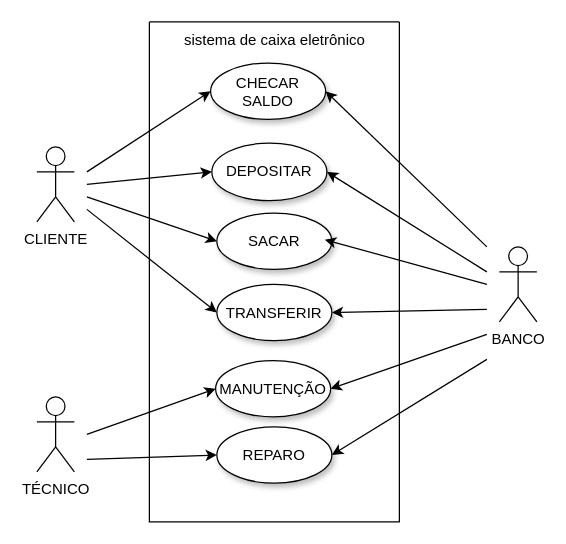
Before: page "02" (2 of 3) of Diagrama sem nome.drawio in alvgabs/diagramasderequisitos, a draw.io diagram. Source tidied: cells renumbered, new cells numbered last; positions are measured from the earlier drawing's top-left corner, leaving out a move shared by most shapes. Both pictures are drawn from the tidied source at 125%, with x=0, y=0 at pixel (36, 21).
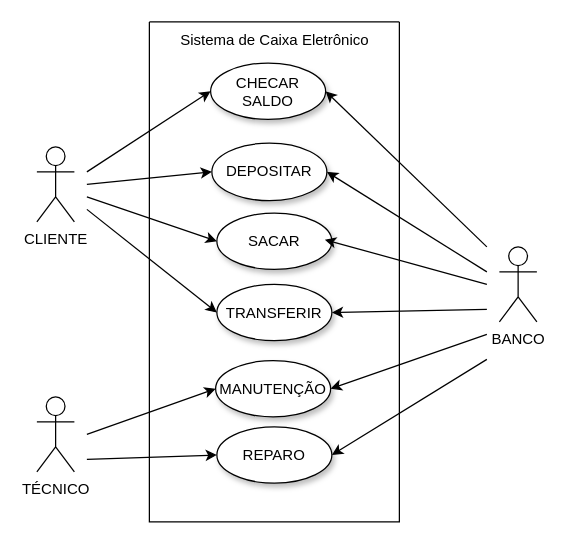
The same page after the edit.

The change refers to these unchanged cells:
```xml
<mxCell id="5" style="swimlane;startSize=0;" parent="1" vertex="1">
  <mxGeometry x="90" width="200" height="400" as="geometry" />
</mxCell>
```

Diff of the diagram source:
```diff
@@
-    <mxCell id="6" value="sistema de caixa eletrônico" style="text;html=1;align=center;verticalAlign=middle;strokeColor=none;fillColor=none;" parent="5" vertex="1">
+    <mxCell id="6" value="Sistema de Caixa Eletrô&lt;span style=&quot;background-color: transparent; color: light-dark(rgb(0, 0, 0), rgb(255, 255, 255));&quot;&gt;nico&lt;/span&gt;" style="text;html=1;align=center;verticalAlign=middle;strokeColor=none;fillColor=none;" parent="5" vertex="1">
       <mxGeometry x="15" width="170" height="30" as="geometry" />
     </mxCell>
```
